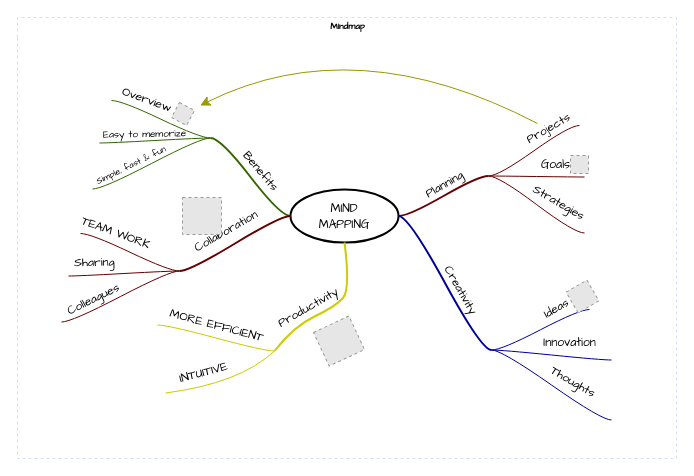
The draw.io diagram Untitled Diagram.drawio in lls101/gittest, before the edit. Source tidied: cells renumbered, new cells numbered last; positions are measured from the earlier drawing's top-left corner, leaving out a move shared by most shapes. Both pictures are drawn from the tidied source at 100%, with x=0, y=0 at pixel (17, 17). Pictures stored in the file or linked from it are replaced by grey dashed boxes.
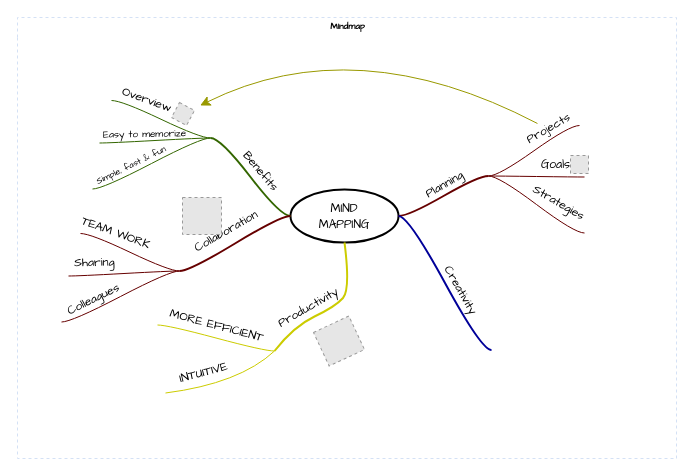
The same page after the edit.

The change refers to these unchanged cells:
```xml
<mxCell id="2" value="Mindmap" style="swimlane;html=1;startSize=20;horizontal=1;containerType=tree;labelBackgroundColor=none;strokeColor=#D4E1F5;strokeWidth=1;fillColor=none;fontFamily=Comic Sans MS;fontSize=9;swimlaneLine=0;dashed=1;" parent="1" vertex="1">
  <mxGeometry width="659" height="441" as="geometry" />
</mxCell>
```

The edit, as a diff of the source:
```diff
@@
-    <mxCell id="16" style="whiteSpace=wrap;html=1;rounded=1;arcSize=50;align=center;verticalAlign=middle;strokeWidth=1;spacing=4;" parent="2" vertex="1">
+    <mxCell id="16" style="whiteSpace=wrap;html=1;rounded=1;arcSize=50;align=center;verticalAlign=middle;strokeWidth=1;spacing=4;" parent="2" vertex="1" collapsed="1">
       <mxGeometry x="474" y="332" height="1" as="geometry" />
     </mxCell>
@@
-    <mxCell id="19" style="whiteSpace=wrap;html=1;rounded=1;arcSize=50;align=center;verticalAlign=middle;strokeWidth=1;spacing=4;" parent="2" vertex="1">
-      <mxGeometry x="572" y="292" width="5" as="geometry" />
-    </mxCell>
-    <mxCell id="20" style="edgeStyle=entityRelationEdgeStyle;startArrow=none;endArrow=none;segment=10;curved=1;strokeColor=#000099;rounded=0;fontSize=12;startSize=8;endSize=8;" parent="2" edge="1" source="16" target="19">
-      <mxGeometry relative="1" as="geometry" />
-    </mxCell>
-    <mxCell id="21" value="Ideas" style="text;html=1;align=center;verticalAlign=middle;labelBackgroundColor=none;fontFamily=Comic Sans MS;rotation=-30;" parent="20" vertex="1">
-      <mxGeometry x="0.26" relative="1" as="geometry">
-        <mxPoint x="3" y="-14" as="offset" />
-      </mxGeometry>
-    </mxCell>
-    <mxCell id="22" style="whiteSpace=wrap;html=1;rounded=1;arcSize=50;align=center;verticalAlign=middle;strokeWidth=1;spacing=4;" parent="2" vertex="1">
-      <mxGeometry x="594" y="342" height="1" as="geometry" />
-    </mxCell>
-    <mxCell id="23" style="edgeStyle=entityRelationEdgeStyle;startArrow=none;endArrow=none;segment=10;curved=1;strokeColor=#000099;rounded=0;fontSize=12;startSize=8;endSize=8;" parent="2" edge="1" source="16" target="22">
-      <mxGeometry relative="1" as="geometry" />
-    </mxCell>
-    <mxCell id="24" value="Innovation" style="text;html=1;align=center;verticalAlign=middle;labelBackgroundColor=none;fontFamily=Comic Sans MS;rotation=0;" parent="23" vertex="1">
-      <mxGeometry x="-0.11" y="-1" relative="1" as="geometry">
-        <mxPoint x="24" y="-12" as="offset" />
-      </mxGeometry>
-    </mxCell>
-    <mxCell id="25" style="whiteSpace=wrap;html=1;rounded=1;arcSize=50;align=center;verticalAlign=middle;strokeWidth=1;spacing=4;" parent="2" vertex="1">
-      <mxGeometry x="594" y="402" height="1" as="geometry" />
-    </mxCell>
-    <mxCell id="26" style="edgeStyle=entityRelationEdgeStyle;startArrow=none;endArrow=none;segment=10;curved=1;strokeColor=#000099;rounded=0;fontSize=12;startSize=8;endSize=8;" parent="2" edge="1" source="16" target="25">
-      <mxGeometry relative="1" as="geometry" />
-    </mxCell>
-    <mxCell id="27" value="Thoughts" style="text;html=1;align=center;verticalAlign=middle;labelBackgroundColor=none;fontFamily=Comic Sans MS;rotation=30;" parent="26" vertex="1">
-      <mxGeometry x="-0.11" y="-1" relative="1" as="geometry">
-        <mxPoint x="28" y="1" as="offset" />
-      </mxGeometry>
-    </mxCell>
-    <mxCell id="28" style="fillColor=#E6E6E6;strokeColor=#999999;dashed=1;html=1;verticalAlign=top;verticalLabelPosition=bottom;labelBackgroundColor=#ffffff;fontFamily=Comic Sans MS;rotation=-30;" parent="2" vertex="1">
-      <mxGeometry x="553" y="267" width="24" height="24" as="geometry" />
-    </mxCell>
-    <mxCell id="29" style="edgeStyle=entityRelationEdgeStyle;jumpStyle=arc;html=1;endArrow=classicThin;endFill=1;jettySize=auto;strokeColor=none;strokeWidth=2;fontFamily=Comic Sans MS;rounded=0;fontSize=12;startSize=8;endSize=8;curved=1;" parent="2" edge="1" source="19" target="28">
-      <mxGeometry relative="1" as="geometry" />
-    </mxCell>
```
